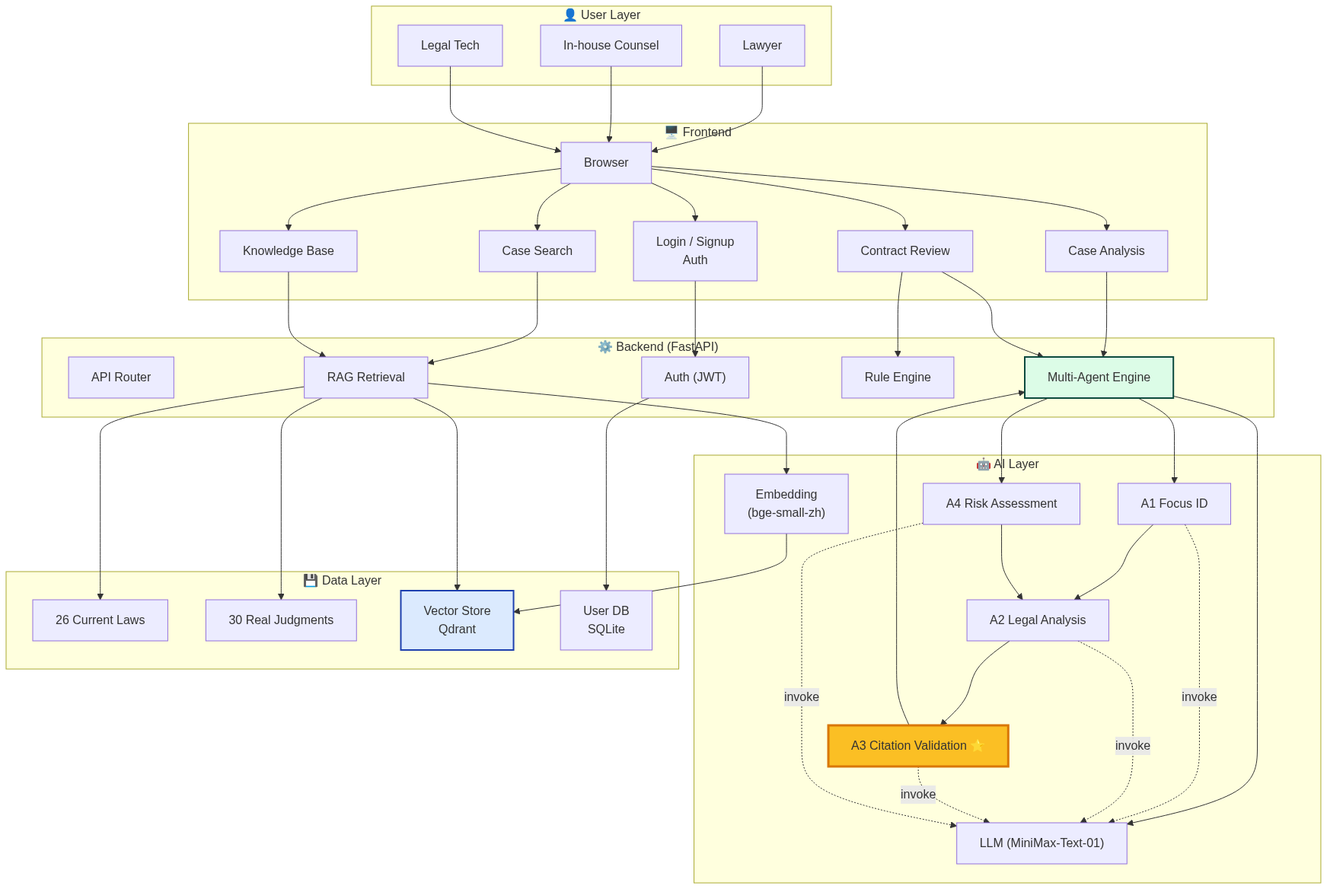
This is docs/diagrams/png/01_overview_en.png from A-yiren/legal-lens, a Mermaid export, as it was before one commit. Its source is kept beside it as docs/diagrams/01_overview_en.mmd. The source it was exported from:
```mermaid
flowchart TB
    subgraph UserLayer ["👤 User Layer"]
        U1["Lawyer"]
        U2["In-house Counsel"]
        U3["Legal Tech"]
    end

    subgraph Frontend ["🖥️ Frontend"]
        F1["Browser"]
        F2["Login / Signup<br/>Auth"]
        F3["Case Analysis"]
        F4["Case Search"]
        F5["Contract Review"]
        F6["Knowledge Base"]
    end

    subgraph Backend ["⚙️ Backend (FastAPI)"]
        B1["API Router"]
        B2["Multi-Agent Engine"]
        B3["RAG Retrieval"]
        B4["Rule Engine"]
        B5["Auth (JWT)"]
    end

    subgraph AILayer ["🤖 AI Layer"]
        A1["A1 Focus ID"]
        A2["A2 Legal Analysis"]
        A3["A3 Citation Validation ⭐"]
        A4["A4 Risk Assessment"]
        LLM["LLM (MiniMax-Text-01)"]
        EMB["Embedding<br/>(bge-small-zh)"]
    end

    subgraph DataLayer ["💾 Data Layer"]
        D1["26 Current Laws"]
        D2["30 Real Judgments"]
        D3["Vector Store<br/>Qdrant"]
        D4["User DB<br/>SQLite"]
    end

    U1 & U2 & U3 --> F1
    F1 --> F2
    F1 --> F3 & F4 & F5 & F6
    F2 --> B5
    F3 --> B2
    F4 --> B3
    F5 --> B2 & B4
    F6 --> B3

    B2 --> A1 & A4
    A1 & A4 --> A2
    A2 --> A3
    A3 --> B2

    B2 --> LLM
    A1 & A2 & A3 & A4 -.invoke.-> LLM
    B3 --> EMB
    EMB --> D3
    B3 --> D3
    B3 --> D1 & D2
    B5 --> D4

    style A3 fill:#fbbf24,stroke:#d97706,stroke-width:3px
    style B2 fill:#dcfce7,stroke:#0c4a3e,stroke-width:2px
    style D3 fill:#dbeafe,stroke:#1e40af,stroke-width:2px
```
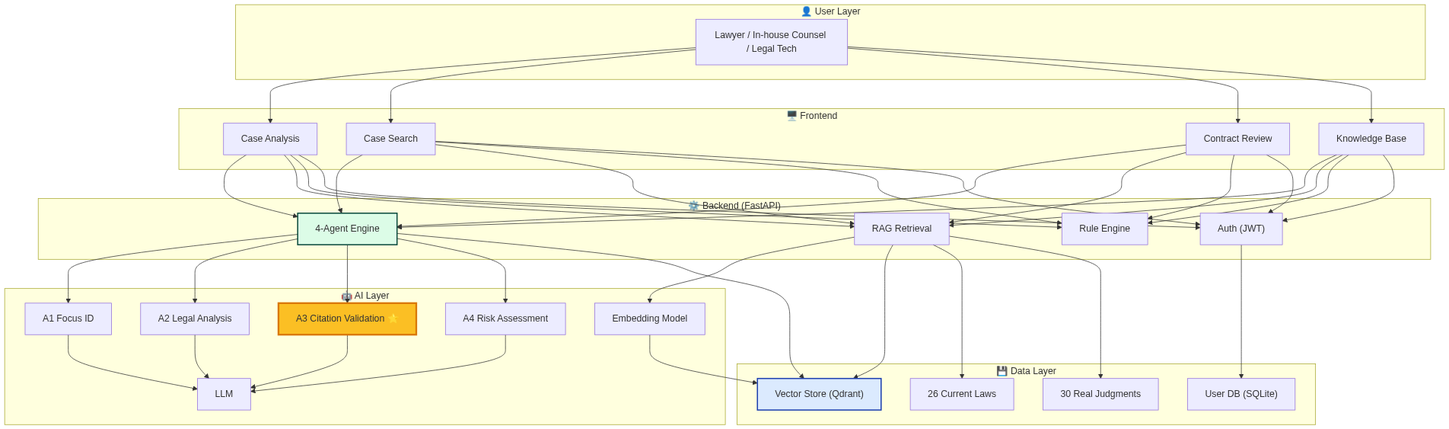
After the commit.

What changed in the source:
```diff
@@ -1,65 +1,48 @@
 flowchart TB
     subgraph UserLayer ["👤 User Layer"]
-        U1["Lawyer"]
-        U2["In-house Counsel"]
-        U3["Legal Tech"]
+        U["Lawyer / In-house Counsel / Legal Tech"]
     end
 
-    subgraph Frontend ["🖥️ Frontend"]
-        F1["Browser"]
-        F2["Login / Signup<br/>Auth"]
-        F3["Case Analysis"]
-        F4["Case Search"]
-        F5["Contract Review"]
-        F6["Knowledge Base"]
+    subgraph FrontendLayer ["🖥️ Frontend"]
+        F1["Case Analysis"]
+        F2["Case Search"]
+        F3["Contract Review"]
+        F4["Knowledge Base"]
     end
 
-    subgraph Backend ["⚙️ Backend (FastAPI)"]
-        B1["API Router"]
-        B2["Multi-Agent Engine"]
-        B3["RAG Retrieval"]
-        B4["Rule Engine"]
-        B5["Auth (JWT)"]
+    subgraph BackendLayer ["⚙️ Backend (FastAPI)"]
+        B1["4-Agent Engine"]
+        B2["RAG Retrieval"]
+        B3["Rule Engine"]
+        B4["Auth (JWT)"]
     end
 
     subgraph AILayer ["🤖 AI Layer"]
-        A1["A1 Focus ID"]
-        A2["A2 Legal Analysis"]
-        A3["A3 Citation Validation ⭐"]
-        A4["A4 Risk Assessment"]
-        LLM["LLM (MiniMax-Text-01)"]
-        EMB["Embedding<br/>(bge-small-zh)"]
+        A1A["A1 Focus ID"]
+        A2A["A2 Legal Analysis"]
+        A3A["A3 Citation Validation ⭐"]
+        A4A["A4 Risk Assessment"]
+        LLM["LLM"]
+        EMB["Embedding Model"]
     end
 
     subgraph DataLayer ["💾 Data Layer"]
         D1["26 Current Laws"]
         D2["30 Real Judgments"]
-        D3["Vector Store<br/>Qdrant"]
-        D4["User DB<br/>SQLite"]
+        D3["Vector Store (Qdrant)"]
+        D4["User DB (SQLite)"]
     end
 
-    U1 & U2 & U3 --> F1
-    F1 --> F2
-    F1 --> F3 & F4 & F5 & F6
-    F2 --> B5
-    F3 --> B2
-    F4 --> B3
-    F5 --> B2 & B4
-    F6 --> B3
+    U --> F1 & F2 & F3 & F4
+    F1 & F2 & F3 & F4 --> B1 & B2 & B3
+    B1 --> A1A & A2A & A3A & A4A
+    A1A & A2A & A3A & A4A --> LLM
+    B2 --> EMB --> D3
+    B1 & B2 --> D3
+    B2 --> D1 & D2
+    B4 --> D4
+    F1 & F2 & F3 & F4 --> B4
 
-    B2 --> A1 & A4
-    A1 & A4 --> A2
-    A2 --> A3
-    A3 --> B2
-
-    B2 --> LLM
-    A1 & A2 & A3 & A4 -.invoke.-> LLM
-    B3 --> EMB
-    EMB --> D3
-    B3 --> D3
-    B3 --> D1 & D2
-    B5 --> D4
-
-    style A3 fill:#fbbf24,stroke:#d97706,stroke-width:3px
-    style B2 fill:#dcfce7,stroke:#0c4a3e,stroke-width:2px
+    style A3A fill:#fbbf24,stroke:#d97706,stroke-width:3px
+    style B1 fill:#dcfce7,stroke:#0c4a3e,stroke-width:2px
     style D3 fill:#dbeafe,stroke:#1e40af,stroke-width:2px
```
